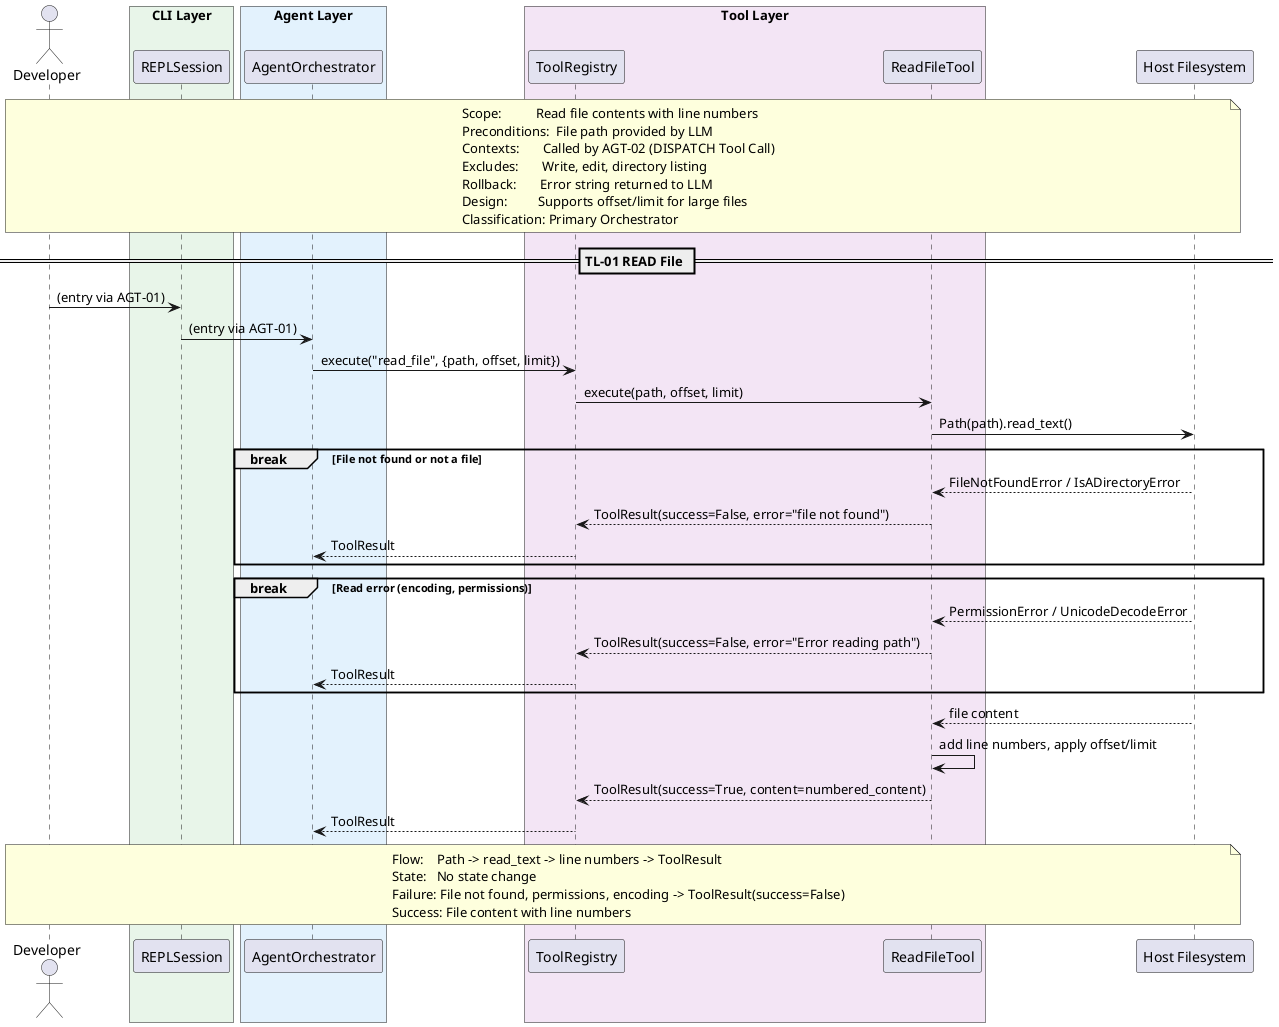
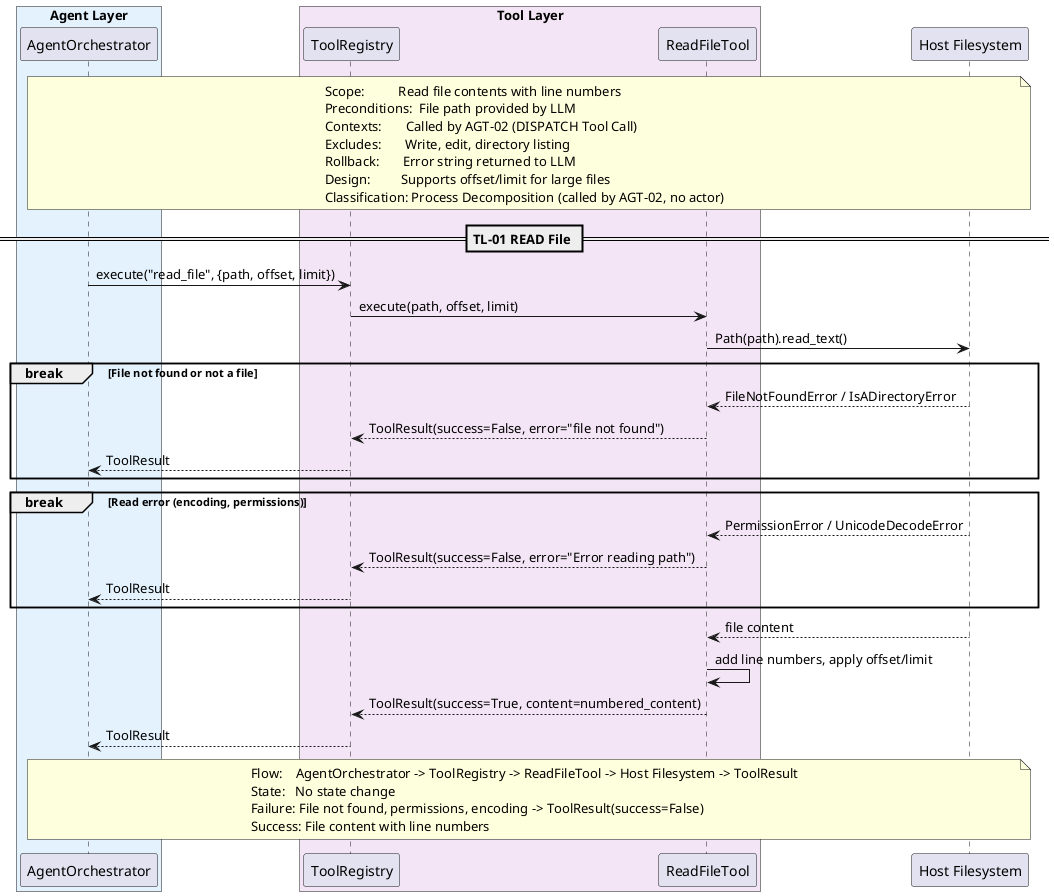
@startuml sq_tl01_read_file
' ============================================================
' Title:     TL-01 — Read File
' Boundary:  nasim code agent CLI
' Purpose:   File read tool execution
' Milestone: v1.0
' Version:   2.0.0
' Source:    docs/UC/README.md
' Review:    —
' ============================================================

- actor "Developer" as user
- 
- box "CLI Layer" #E8F5E9
-   participant "REPLSession" as repl
- end box
box "Agent Layer" #E3F2FD
  participant "AgentOrchestrator" as agent
end box
box "Tool Layer" #F3E5F5
  participant "ToolRegistry" as registry
  participant "ReadFileTool" as ft
end box
participant "Host Filesystem" as fs

- note over user, fs
+ note over agent, fs
  Scope:          Read file contents with line numbers
  Preconditions:  File path provided by LLM
  Contexts:       Called by AGT-02 (DISPATCH Tool Call)
  Excludes:       Write, edit, directory listing
  Rollback:       Error string returned to LLM
  Design:         Supports offset/limit for large files
-   Classification: Primary Orchestrator
+   Classification: Process Decomposition (called by AGT-02, no actor)
end note

== TL-01 READ File ==

- user -> repl : (entry via AGT-01)
- repl -> agent : (entry via AGT-01)
agent -> registry : execute("read_file", {path, offset, limit})
registry -> ft : execute(path, offset, limit)
ft -> fs : Path(path).read_text()

break File not found or not a file
    fs --> ft : FileNotFoundError / IsADirectoryError
    ft --> registry : ToolResult(success=False, error="file not found")
    registry --> agent : ToolResult
end

break Read error (encoding, permissions)
    fs --> ft : PermissionError / UnicodeDecodeError
    ft --> registry : ToolResult(success=False, error="Error reading path")
    registry --> agent : ToolResult
end

fs --> ft : file content
ft -> ft : add line numbers, apply offset/limit
ft --> registry : ToolResult(success=True, content=numbered_content)
registry --> agent : ToolResult

- note over user, fs
-   Flow:    Path -> read_text -> line numbers -> ToolResult
+ note over agent, fs
+   Flow:    AgentOrchestrator -> ToolRegistry -> ReadFileTool -> Host Filesystem -> ToolResult
  State:   No state change
  Failure: File not found, permissions, encoding -> ToolResult(success=False)
  Success: File content with line numbers
end note

@enduml
